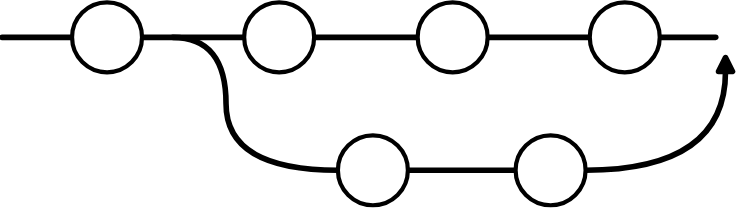
Earlier version of the draw.io export images/pr.svg (lsf37/website). Source tidied: cells renumbered, new cells last; positions are measured from the earlier drawing's top-left corner, leaving out a move shared by most shapes. Its diagram source:
```xml
<mxGraphModel>
  <root>
    <mxCell id="0" />
    <mxCell id="1" parent="0" />
    <mxCell id="2" style="endArrow=none;html=1;rounded=0;strokeWidth=4;linecap=round;linejoin=round;strokeColor=light-dark(#000000,#90A1B9);" parent="1" edge="1">
      <mxGeometry relative="1" as="geometry">
        <mxPoint y="25" as="sourcePoint" />
        <mxPoint x="510" y="25" as="targetPoint" />
      </mxGeometry>
    </mxCell>
    <mxCell id="3" style="ellipse;whiteSpace=wrap;html=1;strokeWidth=3;linecap=round;linejoin=round;strokeColor=light-dark(#000000,#90A1B9);fillColor=light-dark(#FFFFFF,#030020);" parent="1" vertex="1">
      <mxGeometry x="173" width="50" height="50" as="geometry" />
    </mxCell>
    <mxCell id="4" style="ellipse;whiteSpace=wrap;html=1;strokeWidth=3;linecap=round;linejoin=round;strokeColor=light-dark(#000000,#90A1B9);fillColor=light-dark(#FFFFFF,#030020);" parent="1" vertex="1">
      <mxGeometry x="297" width="50" height="50" as="geometry" />
    </mxCell>
    <mxCell id="5" style="ellipse;whiteSpace=wrap;html=1;strokeWidth=3;linecap=round;linejoin=round;strokeColor=light-dark(#000000,#90A1B9);fillColor=light-dark(#FFFFFF,#030020);" parent="1" vertex="1">
      <mxGeometry x="50" width="50" height="50" as="geometry" />
    </mxCell>
    <mxCell id="6" style="ellipse;whiteSpace=wrap;html=1;strokeWidth=3;linecap=round;linejoin=round;strokeColor=light-dark(#000000,#90A1B9);fillColor=light-dark(#FFFFFF,#030020);" parent="1" vertex="1">
      <mxGeometry x="420" width="50" height="50" as="geometry" />
    </mxCell>
    <mxCell id="7" style="endArrow=none;html=1;rounded=0;strokeWidth=4;linecap=round;linejoin=round;strokeColor=light-dark(#000000,#90A1B9);" parent="1" edge="1" source="9" target="11">
      <mxGeometry relative="1" as="geometry" />
    </mxCell>
    <mxCell id="8" style="endArrow=none;html=1;rounded=0;strokeWidth=4;linecap=round;linejoin=round;edgeStyle=orthogonalEdgeStyle;curved=1;startArrow=block;startFill=1;strokeColor=light-dark(#000000,#90A1B9);" parent="1" edge="1" target="9">
      <mxGeometry relative="1" as="geometry">
        <mxPoint x="517" y="35" as="sourcePoint" />
        <Array as="points">
          <mxPoint x="517" y="120" />
        </Array>
      </mxGeometry>
    </mxCell>
    <mxCell id="9" style="ellipse;whiteSpace=wrap;html=1;strokeWidth=3;linecap=round;linejoin=round;strokeColor=light-dark(#000000,#90A1B9);fillColor=light-dark(#FFFFFF,#030020);" parent="1" vertex="1">
      <mxGeometry x="367" y="95" width="50" height="50" as="geometry" />
    </mxCell>
    <mxCell id="10" style="endArrow=none;html=1;rounded=0;strokeWidth=4;linecap=round;linejoin=round;edgeStyle=orthogonalEdgeStyle;curved=1;strokeColor=light-dark(#000000,#90A1B9);" parent="1" edge="1" source="11">
      <mxGeometry relative="1" as="geometry">
        <mxPoint x="122" y="25" as="targetPoint" />
        <Array as="points">
          <mxPoint x="160" y="120" />
          <mxPoint x="160" y="25" />
        </Array>
      </mxGeometry>
    </mxCell>
    <mxCell id="11" style="ellipse;whiteSpace=wrap;html=1;strokeWidth=3;linecap=round;linejoin=round;strokeColor=light-dark(#000000,#90A1B9);fillColor=light-dark(#FFFFFF,#030020);" parent="1" vertex="1">
      <mxGeometry x="240" y="95" width="50" height="50" as="geometry" />
    </mxCell>
  </root>
</mxGraphModel>
```
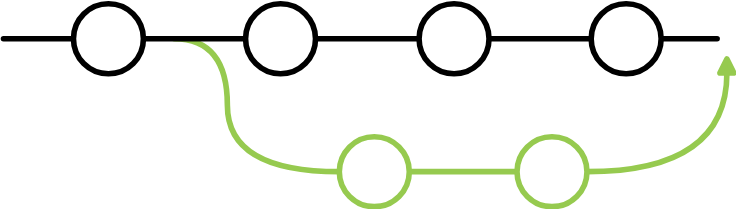
After the change.

Commit message:
conventions pages: tweak splash diagrams

Diff of the diagram source:
```diff
@@ -2,28 +2,37 @@
   <root>
     <mxCell id="0" />
     <mxCell id="1" parent="0" />
+    <mxCell id="10" style="endArrow=none;html=1;rounded=0;strokeWidth=4;linecap=round;linejoin=round;edgeStyle=orthogonalEdgeStyle;curved=1;strokeColor=light-dark(#96CA4F,#96CA4F);" parent="1" edge="1" source="11">
+      <mxGeometry relative="1" as="geometry">
+        <mxPoint x="122" y="25" as="targetPoint" />
+        <Array as="points">
+          <mxPoint x="160" y="120" />
+          <mxPoint x="160" y="25" />
+        </Array>
+      </mxGeometry>
+    </mxCell>
     <mxCell id="2" style="endArrow=none;html=1;rounded=0;strokeWidth=4;linecap=round;linejoin=round;strokeColor=light-dark(#000000,#90A1B9);" parent="1" edge="1">
       <mxGeometry relative="1" as="geometry">
         <mxPoint y="25" as="sourcePoint" />
         <mxPoint x="510" y="25" as="targetPoint" />
       </mxGeometry>
     </mxCell>
-    <mxCell id="3" style="ellipse;whiteSpace=wrap;html=1;strokeWidth=3;linecap=round;linejoin=round;strokeColor=light-dark(#000000,#90A1B9);fillColor=light-dark(#FFFFFF,#030020);" parent="1" vertex="1">
+    <mxCell id="3" style="ellipse;whiteSpace=wrap;html=1;strokeWidth=4;linecap=round;linejoin=round;strokeColor=light-dark(#000000,#90A1B9);fillColor=light-dark(#FFFFFF,#030020);" parent="1" vertex="1">
       <mxGeometry x="173" width="50" height="50" as="geometry" />
     </mxCell>
-    <mxCell id="4" style="ellipse;whiteSpace=wrap;html=1;strokeWidth=3;linecap=round;linejoin=round;strokeColor=light-dark(#000000,#90A1B9);fillColor=light-dark(#FFFFFF,#030020);" parent="1" vertex="1">
+    <mxCell id="4" style="ellipse;whiteSpace=wrap;html=1;strokeWidth=4;linecap=round;linejoin=round;strokeColor=light-dark(#000000,#90A1B9);fillColor=light-dark(#FFFFFF,#030020);" parent="1" vertex="1">
       <mxGeometry x="297" width="50" height="50" as="geometry" />
     </mxCell>
-    <mxCell id="5" style="ellipse;whiteSpace=wrap;html=1;strokeWidth=3;linecap=round;linejoin=round;strokeColor=light-dark(#000000,#90A1B9);fillColor=light-dark(#FFFFFF,#030020);" parent="1" vertex="1">
+    <mxCell id="5" style="ellipse;whiteSpace=wrap;html=1;strokeWidth=4;linecap=round;linejoin=round;strokeColor=light-dark(#000000,#90A1B9);fillColor=light-dark(#FFFFFF,#030020);" parent="1" vertex="1">
       <mxGeometry x="50" width="50" height="50" as="geometry" />
     </mxCell>
-    <mxCell id="6" style="ellipse;whiteSpace=wrap;html=1;strokeWidth=3;linecap=round;linejoin=round;strokeColor=light-dark(#000000,#90A1B9);fillColor=light-dark(#FFFFFF,#030020);" parent="1" vertex="1">
+    <mxCell id="6" style="ellipse;whiteSpace=wrap;html=1;strokeWidth=4;linecap=round;linejoin=round;strokeColor=light-dark(#000000,#90A1B9);fillColor=light-dark(#FFFFFF,#030020);" parent="1" vertex="1">
       <mxGeometry x="420" width="50" height="50" as="geometry" />
     </mxCell>
-    <mxCell id="7" style="endArrow=none;html=1;rounded=0;strokeWidth=4;linecap=round;linejoin=round;strokeColor=light-dark(#000000,#90A1B9);" parent="1" edge="1" source="9" target="11">
+    <mxCell id="7" style="endArrow=none;html=1;rounded=0;strokeWidth=4;linecap=round;linejoin=round;strokeColor=light-dark(#96CA4F,#96CA4F);" parent="1" edge="1" source="9" target="11">
       <mxGeometry relative="1" as="geometry" />
     </mxCell>
-    <mxCell id="8" style="endArrow=none;html=1;rounded=0;strokeWidth=4;linecap=round;linejoin=round;edgeStyle=orthogonalEdgeStyle;curved=1;startArrow=block;startFill=1;strokeColor=light-dark(#000000,#90A1B9);" parent="1" edge="1" target="9">
+    <mxCell id="8" style="endArrow=none;html=1;rounded=0;strokeWidth=4;linecap=round;linejoin=round;edgeStyle=orthogonalEdgeStyle;curved=1;startArrow=block;startFill=1;strokeColor=light-dark(#96CA4F,#96CA4F);" parent="1" edge="1" target="9">
       <mxGeometry relative="1" as="geometry">
         <mxPoint x="517" y="35" as="sourcePoint" />
         <Array as="points">
@@ -31,19 +40,10 @@
         </Array>
       </mxGeometry>
     </mxCell>
-    <mxCell id="9" style="ellipse;whiteSpace=wrap;html=1;strokeWidth=3;linecap=round;linejoin=round;strokeColor=light-dark(#000000,#90A1B9);fillColor=light-dark(#FFFFFF,#030020);" parent="1" vertex="1">
+    <mxCell id="9" style="ellipse;whiteSpace=wrap;html=1;strokeWidth=4;linecap=round;linejoin=round;strokeColor=light-dark(#96CA4F,#96CA4F);fillColor=light-dark(#FFFFFF,#030020);" parent="1" vertex="1">
       <mxGeometry x="367" y="95" width="50" height="50" as="geometry" />
     </mxCell>
-    <mxCell id="10" style="endArrow=none;html=1;rounded=0;strokeWidth=4;linecap=round;linejoin=round;edgeStyle=orthogonalEdgeStyle;curved=1;strokeColor=light-dark(#000000,#90A1B9);" parent="1" edge="1" source="11">
-      <mxGeometry relative="1" as="geometry">
-        <mxPoint x="122" y="25" as="targetPoint" />
-        <Array as="points">
-          <mxPoint x="160" y="120" />
-          <mxPoint x="160" y="25" />
-        </Array>
-      </mxGeometry>
-    </mxCell>
-    <mxCell id="11" style="ellipse;whiteSpace=wrap;html=1;strokeWidth=3;linecap=round;linejoin=round;strokeColor=light-dark(#000000,#90A1B9);fillColor=light-dark(#FFFFFF,#030020);" parent="1" vertex="1">
+    <mxCell id="11" style="ellipse;whiteSpace=wrap;html=1;strokeWidth=4;linecap=round;linejoin=round;strokeColor=light-dark(#96CA4F,#96CA4F);fillColor=light-dark(#FFFFFF,#030020);" parent="1" vertex="1">
       <mxGeometry x="240" y="95" width="50" height="50" as="geometry" />
     </mxCell>
   </root>
```
